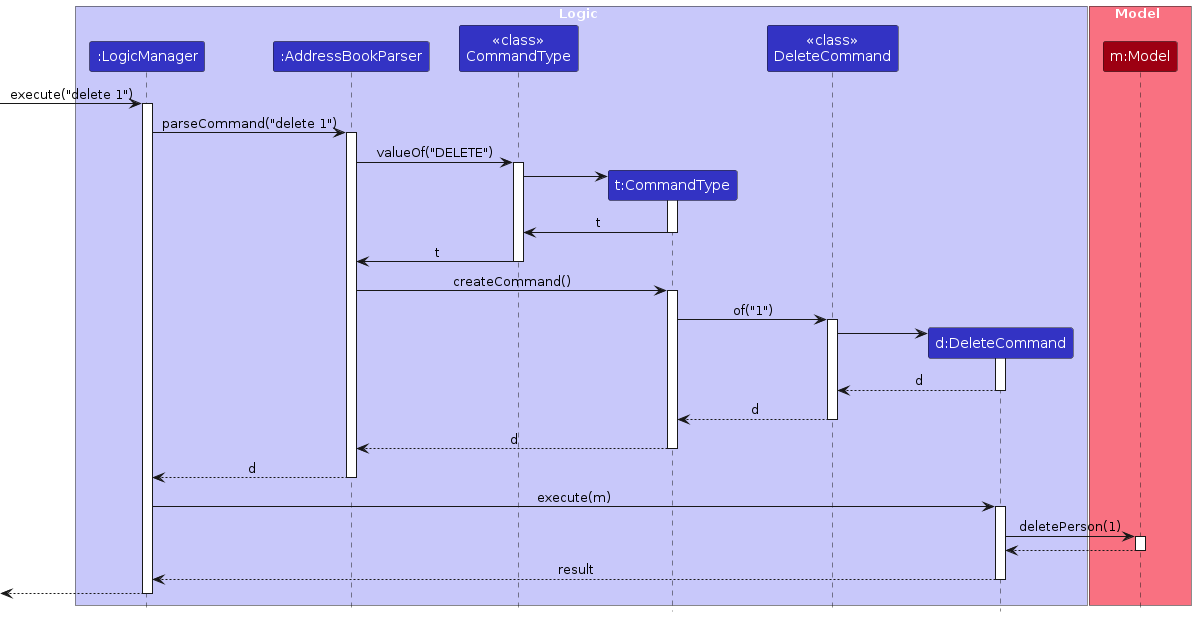
Before: diagrams/DeleteSequenceDiagram.png, a diagram exported from PlantUML (aureliony/tp). Its source is kept beside it as diagrams/DeleteSequenceDiagram.puml. The source it was exported from:
```plantuml
@startuml
!include style.puml
skinparam ArrowFontStyle plain

box Logic LOGIC_COLOR_T1
participant ":LogicManager" as LogicManager LOGIC_COLOR
participant ":AddressBookParser" as AddressBookParser LOGIC_COLOR
participant "<<class>>\nCommandType" as CommandTypeClass LOGIC_COLOR
participant "t:CommandType" as CommandType LOGIC_COLOR
participant "<<class>>\nDeleteCommand" as DeleteCommandClass LOGIC_COLOR
participant "d:DeleteCommand" as DeleteCommand LOGIC_COLOR
end box

box Model MODEL_COLOR_T1
participant "m:Model" as Model MODEL_COLOR
end box

[-> LogicManager : execute("delete 1")
activate LogicManager

LogicManager -> AddressBookParser : parseCommand("delete 1")
activate AddressBookParser

AddressBookParser -> CommandTypeClass : valueOf("DELETE")
activate CommandTypeClass

create CommandType
CommandTypeClass -> CommandType
activate CommandType

CommandType -> CommandTypeClass : t
deactivate CommandType

CommandTypeClass -> AddressBookParser : t
deactivate CommandTypeClass

AddressBookParser -> CommandType : createCommand()
activate CommandType

CommandType -> DeleteCommandClass : of("1")
activate DeleteCommandClass

create DeleteCommand
DeleteCommandClass -> DeleteCommand
activate DeleteCommand

DeleteCommand --> DeleteCommandClass : d
deactivate DeleteCommand

DeleteCommandClass --> CommandType : d
deactivate DeleteCommandClass

CommandType --> AddressBookParser : d
deactivate CommandType

AddressBookParser --> LogicManager : d
deactivate AddressBookParser


LogicManager -> DeleteCommand : execute(m)
activate DeleteCommand

DeleteCommand -> Model : deletePerson(1)
activate Model

Model --> DeleteCommand
deactivate Model

DeleteCommand --> LogicManager : result
deactivate DeleteCommand

[<--LogicManager
deactivate LogicManager
@enduml
```
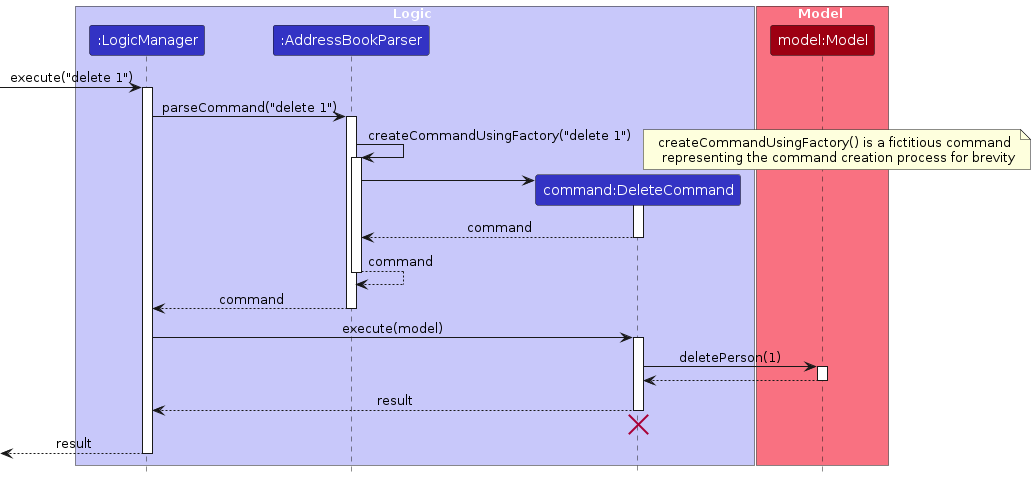
The same diagram one commit later.

What changed in the source:
```diff
@@ -5,14 +5,11 @@
 box Logic LOGIC_COLOR_T1
 participant ":LogicManager" as LogicManager LOGIC_COLOR
 participant ":AddressBookParser" as AddressBookParser LOGIC_COLOR
-participant "<<class>>\nCommandType" as CommandTypeClass LOGIC_COLOR
-participant "t:CommandType" as CommandType LOGIC_COLOR
-participant "<<class>>\nDeleteCommand" as DeleteCommandClass LOGIC_COLOR
-participant "d:DeleteCommand" as DeleteCommand LOGIC_COLOR
+participant "command:DeleteCommand" as DeleteCommand LOGIC_COLOR
 end box
 
 box Model MODEL_COLOR_T1
-participant "m:Model" as Model MODEL_COLOR
+participant "model:Model" as Model MODEL_COLOR
 end box
 
 [-> LogicManager : execute("delete 1")
@@ -21,43 +18,24 @@
 LogicManager -> AddressBookParser : parseCommand("delete 1")
 activate AddressBookParser
 
-AddressBookParser -> CommandTypeClass : valueOf("DELETE")
-activate CommandTypeClass
-
-create CommandType
-CommandTypeClass -> CommandType
-activate CommandType
-
-CommandType -> CommandTypeClass : t
-deactivate CommandType
-
-CommandTypeClass -> AddressBookParser : t
-deactivate CommandTypeClass
-
-AddressBookParser -> CommandType : createCommand()
-activate CommandType
-
-CommandType -> DeleteCommandClass : of("1")
-activate DeleteCommandClass
+AddressBookParser -> AddressBookParser : createCommandUsingFactory("delete 1")
+note right: createCommandUsingFactory() is a fictitious command \n representing the command creation process for brevity
+activate AddressBookParser
 
 create DeleteCommand
-DeleteCommandClass -> DeleteCommand
+AddressBookParser -> DeleteCommand
 activate DeleteCommand
 
-DeleteCommand --> DeleteCommandClass : d
+DeleteCommand --> AddressBookParser : command
 deactivate DeleteCommand
 
-DeleteCommandClass --> CommandType : d
-deactivate DeleteCommandClass
-
-CommandType --> AddressBookParser : d
-deactivate CommandType
-
-AddressBookParser --> LogicManager : d
+AddressBookParser --> AddressBookParser : command
 deactivate AddressBookParser
 
+AddressBookParser --> LogicManager : command
+deactivate AddressBookParser
 
-LogicManager -> DeleteCommand : execute(m)
+LogicManager -> DeleteCommand : execute(model)
 activate DeleteCommand
 
 DeleteCommand -> Model : deletePerson(1)
@@ -69,6 +47,9 @@
 DeleteCommand --> LogicManager : result
 deactivate DeleteCommand
 
-[<--LogicManager
+DeleteCommand -[hidden]-> LogicManager
+destroy DeleteCommand
+
+[<--LogicManager : result
 deactivate LogicManager
 @enduml
```
